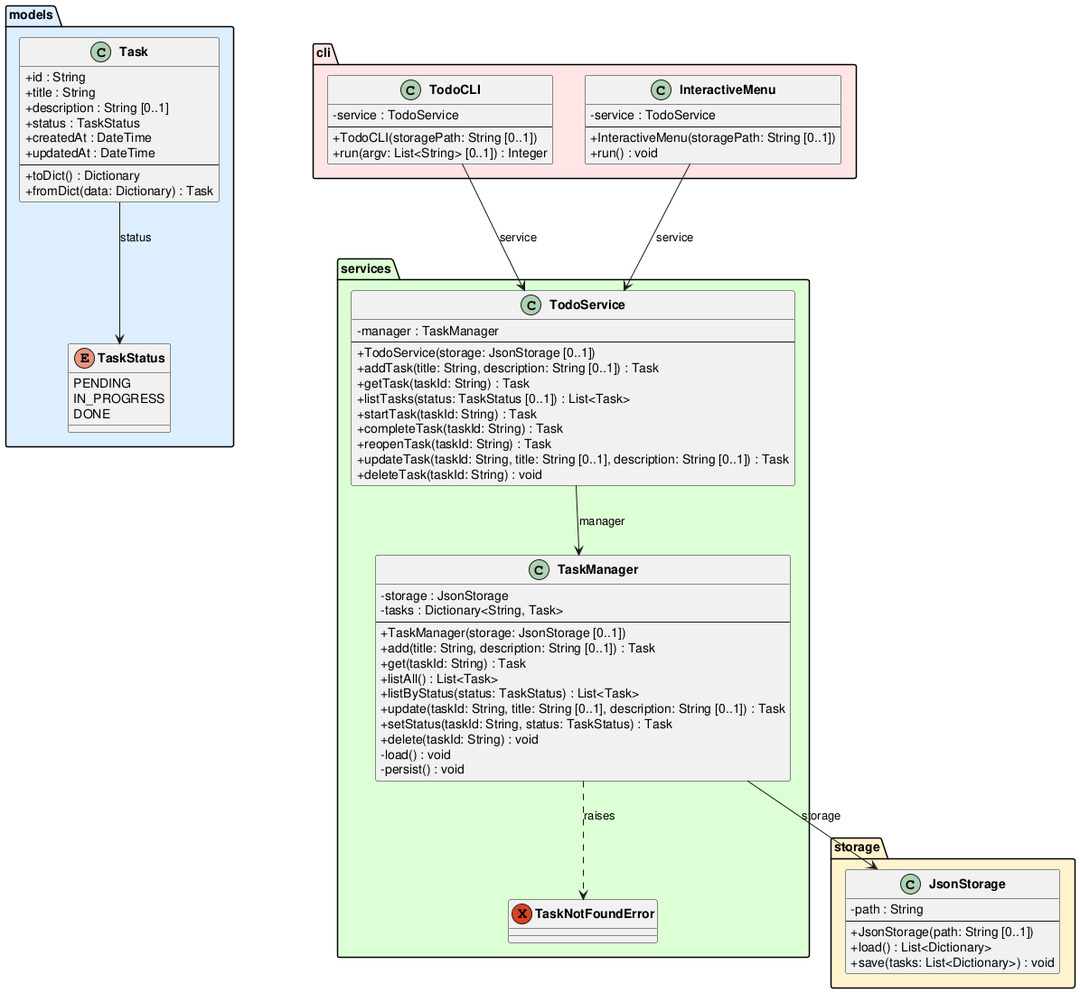
Above: experiments/pipeline/test_driven/TODO/artifacts/class_diagram.png in DanielRiha8906/Software_autoevolution_using_agents (PlantUML), before the change. The source it was exported from:
```plantuml
@startuml class_diagram

skinparam classAttributeIconSize 0
skinparam classFontStyle bold

package "models" #DDEEFF {
    enum TaskStatus {
        PENDING
        IN_PROGRESS
        DONE
    }

    class Task {
        +id : String
        +title : String
        +description : String [0..1]
        +status : TaskStatus
        +createdAt : DateTime
        +updatedAt : DateTime
        --
        +toDict() : Dictionary
        +fromDict(data: Dictionary) : Task
    }
}

package "storage" #FFF3CC {
    class JsonStorage {
        -path : String
        --
        +JsonStorage(path: String [0..1])
        +load() : List<Dictionary>
        +save(tasks: List<Dictionary>) : void
    }
}

package "services" #DDFFD4 {
    exception TaskNotFoundError

    class TaskManager {
        -storage : JsonStorage
        -tasks : Dictionary<String, Task>
        --
        +TaskManager(storage: JsonStorage [0..1])
        +add(title: String, description: String [0..1]) : Task
        +get(taskId: String) : Task
        +listAll() : List<Task>
        +listByStatus(status: TaskStatus) : List<Task>
        +update(taskId: String, title: String [0..1], description: String [0..1]) : Task
        +setStatus(taskId: String, status: TaskStatus) : Task
        +delete(taskId: String) : void
        -load() : void
        -persist() : void
    }

    class TodoService {
        -manager : TaskManager
        --
        +TodoService(storage: JsonStorage [0..1])
        +addTask(title: String, description: String [0..1]) : Task
        +getTask(taskId: String) : Task
        +listTasks(status: TaskStatus [0..1]) : List<Task>
        +startTask(taskId: String) : Task
        +completeTask(taskId: String) : Task
        +reopenTask(taskId: String) : Task
        +updateTask(taskId: String, title: String [0..1], description: String [0..1]) : Task
        +deleteTask(taskId: String) : void
    }
}

package "cli" #FFE5E5 {
    class TodoCLI {
        -service : TodoService
        --
        +TodoCLI(storagePath: String [0..1])
        +run(argv: List<String> [0..1]) : Integer
    }

    class InteractiveMenu {
        -service : TodoService
        --
        +InteractiveMenu(storagePath: String [0..1])
        +run() : void
    }
}

Task --> TaskStatus : status
TaskManager --> JsonStorage : storage
TaskManager ..> TaskNotFoundError : raises
TodoService --> TaskManager : manager
TodoCLI --> TodoService : service
InteractiveMenu --> TodoService : service

@enduml
```
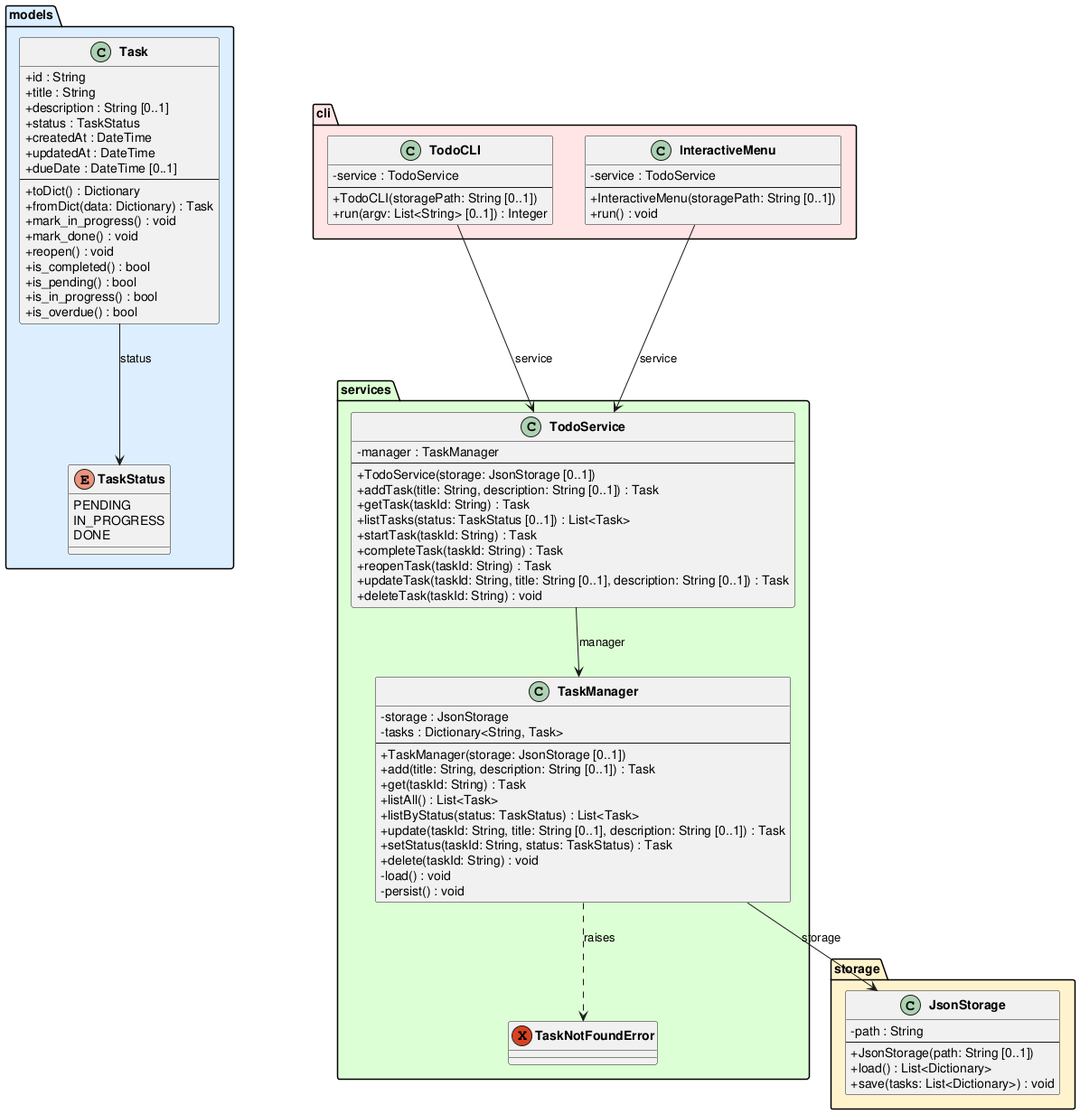
The same diagram one commit later.

The edit, as a diff of the source:
```diff
@@ -17,9 +17,17 @@
         +status : TaskStatus
         +createdAt : DateTime
         +updatedAt : DateTime
+        +dueDate : DateTime [0..1]
         --
         +toDict() : Dictionary
         +fromDict(data: Dictionary) : Task
+        +mark_in_progress() : void
+        +mark_done() : void
+        +reopen() : void
+        +is_completed() : bool
+        +is_pending() : bool
+        +is_in_progress() : bool
+        +is_overdue() : bool
     }
 }
 
```
